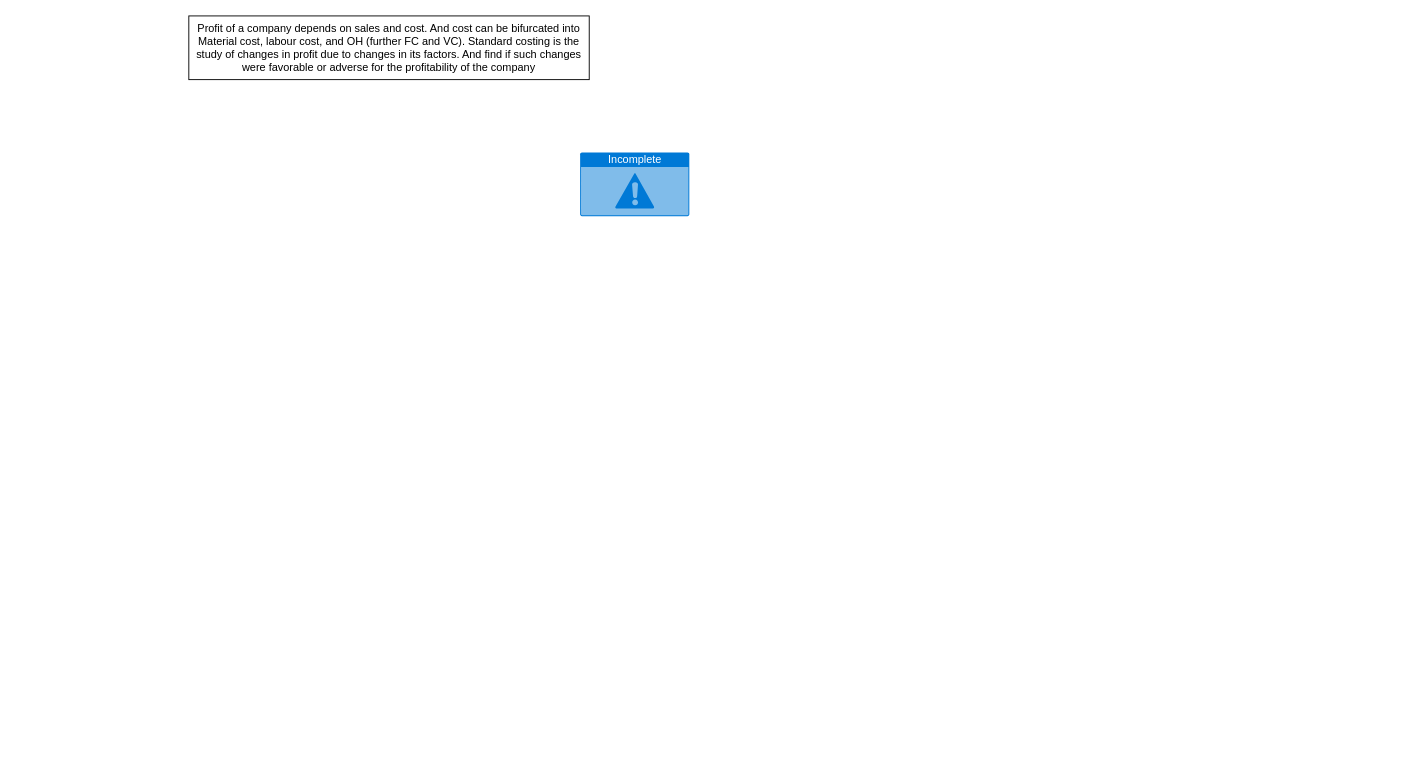
Before: C13: Standard Costing.drawio in ShamanthMurali/INT-Costing, a draw.io diagram. Source tidied: cells renumbered, new cells numbered last; positions are measured from the earlier drawing's top-left corner, leaving out a move shared by most shapes. Both pictures are drawn from the tidied source at 91%, with x=0, y=0 at pixel (188, 15).
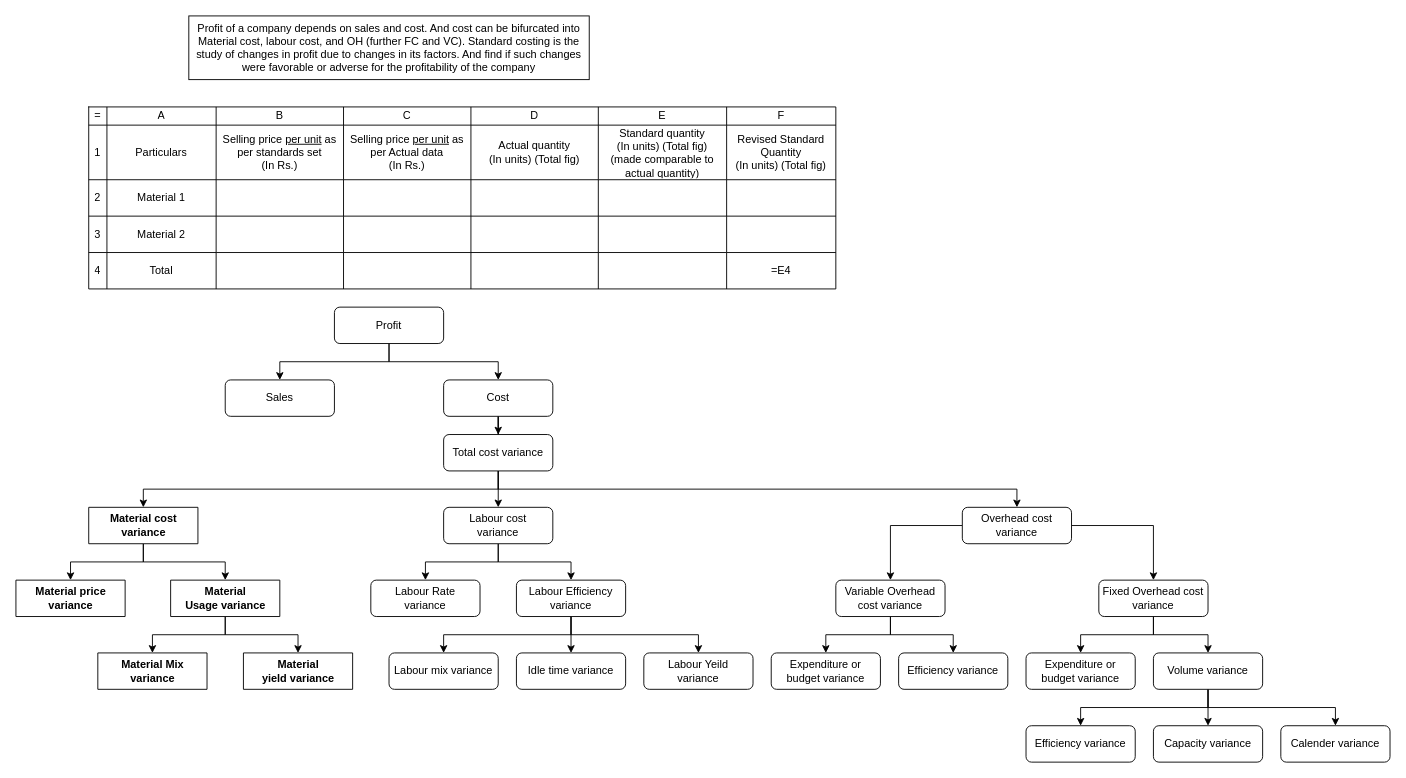
After the change.

What changed in the source:
```diff
@@
-    <mxCell id="2" value="Incomplete" style="html=1;strokeColor=none;fillColor=#0079D6;labelPosition=center;verticalLabelPosition=middle;verticalAlign=top;align=center;fontSize=12;spacingTop=-6;fontColor=#FFFFFF;shape=mxgraph.sitemap.warning;rounded=1;startSize=40;" parent="1" vertex="1">
-      <mxGeometry x="430" y="150" width="120" height="70" as="geometry" />
-    </mxCell>
@@
+    <mxCell id="4" style="shape=table;startSize=0;childLayout=tableLayout;" parent="1" vertex="1">
+      <mxGeometry x="-110" y="100" width="821" height="200" as="geometry" />
+    </mxCell>
+    <mxCell id="5" style="shape=partialRectangle;fillColor=none;top=0;left=0;bottom=0;right=0;" parent="4" vertex="1">
+      <mxGeometry width="821" height="20" as="geometry" />
+    </mxCell>
+    <mxCell id="6" value="=" style="shape=partialRectangle;html=1;whiteSpace=wrap;overflow=hidden;fillColor=none;top=0;left=0;bottom=0;right=0;" parent="5" vertex="1">
+      <mxGeometry width="20" height="20" as="geometry" />
+    </mxCell>
+    <mxCell id="7" value="A" style="shape=partialRectangle;html=1;whiteSpace=wrap;overflow=hidden;fillColor=none;top=0;left=0;bottom=0;right=0;" parent="5" vertex="1">
+      <mxGeometry x="20" width="120" height="20" as="geometry" />
+    </mxCell>
+    <mxCell id="8" value="B" style="shape=partialRectangle;html=1;whiteSpace=wrap;overflow=hidden;fillColor=none;top=0;left=0;bottom=0;right=0;" parent="5" vertex="1">
+      <mxGeometry x="140" width="140" height="20" as="geometry" />
+    </mxCell>
+    <mxCell id="9" value="C" style="shape=partialRectangle;html=1;whiteSpace=wrap;overflow=hidden;fillColor=none;top=0;left=0;bottom=0;right=0;" parent="5" vertex="1">
+      <mxGeometry x="280" width="140" height="20" as="geometry" />
+    </mxCell>
+    <mxCell id="10" value="D" style="shape=partialRectangle;html=1;whiteSpace=wrap;overflow=hidden;fillColor=none;top=0;left=0;bottom=0;right=0;" parent="5" vertex="1">
+      <mxGeometry x="420" width="140" height="20" as="geometry" />
+    </mxCell>
+    <mxCell id="11" value="E" style="shape=partialRectangle;html=1;whiteSpace=wrap;overflow=hidden;fillColor=none;top=0;left=0;bottom=0;right=0;" parent="5" vertex="1">
+      <mxGeometry x="560" width="141" height="20" as="geometry" />
+    </mxCell>
+    <mxCell id="12" value="F" style="shape=partialRectangle;html=1;whiteSpace=wrap;overflow=hidden;fillColor=none;top=0;left=0;bottom=0;right=0;" parent="5" vertex="1">
+      <mxGeometry x="701" width="120" height="20" as="geometry" />
+    </mxCell>
+    <mxCell id="13" style="shape=partialRectangle;fillColor=none;top=0;left=0;bottom=0;right=0;" parent="4" vertex="1">
+      <mxGeometry y="20" width="821" height="60" as="geometry" />
+    </mxCell>
+    <mxCell id="14" value="1" style="shape=partialRectangle;html=1;whiteSpace=wrap;overflow=hidden;fillColor=none;top=0;left=0;bottom=0;right=0;" parent="13" vertex="1">
+      <mxGeometry width="20" height="60" as="geometry" />
+    </mxCell>
+    <mxCell id="15" value="Particulars" style="shape=partialRectangle;html=1;whiteSpace=wrap;overflow=hidden;fillColor=none;top=0;left=0;bottom=0;right=0;" parent="13" vertex="1">
+      <mxGeometry x="20" width="120" height="60" as="geometry" />
+    </mxCell>
+    <mxCell id="16" value="&lt;div&gt;Selling price &lt;u&gt;per unit&lt;/u&gt; as per standards set&lt;/div&gt;(In Rs.)" style="shape=partialRectangle;html=1;whiteSpace=wrap;overflow=hidden;fillColor=none;top=0;left=0;bottom=0;right=0;" parent="13" vertex="1">
+      <mxGeometry x="140" width="140" height="60" as="geometry" />
+    </mxCell>
+    <mxCell id="17" value="&lt;div&gt;Selling price &lt;u&gt;per unit&lt;/u&gt; as per Actual data&lt;/div&gt;(In Rs.)" style="shape=partialRectangle;html=1;whiteSpace=wrap;overflow=hidden;fillColor=none;top=0;left=0;bottom=0;right=0;" parent="13" vertex="1">
+      <mxGeometry x="280" width="140" height="60" as="geometry" />
+    </mxCell>
+    <mxCell id="18" value="&lt;div&gt;Actual quantity &lt;br&gt;&lt;/div&gt;&lt;div&gt;(In units) (Total fig)&lt;br&gt;&lt;/div&gt;" style="shape=partialRectangle;html=1;whiteSpace=wrap;overflow=hidden;fillColor=none;top=0;left=0;bottom=0;right=0;" parent="13" vertex="1">
+      <mxGeometry x="420" width="140" height="60" as="geometry" />
+    </mxCell>
+    <mxCell id="19" value="&lt;div&gt;Standard quantity &lt;br&gt;&lt;/div&gt;&lt;div&gt;(In units) (Total fig)&lt;/div&gt;&lt;div&gt;(made comparable to actual quantity)&lt;br&gt;&lt;/div&gt;" style="shape=partialRectangle;html=1;whiteSpace=wrap;overflow=hidden;fillColor=none;top=0;left=0;bottom=0;right=0;" parent="13" vertex="1">
+      <mxGeometry x="560" width="141" height="60" as="geometry" />
+    </mxCell>
+    <mxCell id="20" value="&lt;div&gt;Revised Standard Quantity&lt;/div&gt;&lt;div&gt;(In units) (Total fig)&lt;/div&gt;" style="shape=partialRectangle;html=1;whiteSpace=wrap;overflow=hidden;fillColor=none;top=0;left=0;bottom=0;right=0;" parent="13" vertex="1">
+      <mxGeometry x="701" width="120" height="60" as="geometry" />
+    </mxCell>
+    <mxCell id="21" style="shape=partialRectangle;fillColor=none;top=0;left=0;bottom=0;right=0;" parent="4" vertex="1">
+      <mxGeometry y="80" width="821" height="40" as="geometry" />
+    </mxCell>
+    <mxCell id="22" value="2" style="shape=partialRectangle;html=1;whiteSpace=wrap;overflow=hidden;fillColor=none;top=0;left=0;bottom=0;right=0;" parent="21" vertex="1">
+      <mxGeometry width="20" height="40" as="geometry" />
+    </mxCell>
+    <mxCell id="23" value="Material 1" style="shape=partialRectangle;html=1;whiteSpace=wrap;overflow=hidden;fillColor=none;top=0;left=0;bottom=0;right=0;" parent="21" vertex="1">
+      <mxGeometry x="20" width="120" height="40" as="geometry" />
+    </mxCell>
+    <mxCell id="24" style="shape=partialRectangle;html=1;whiteSpace=wrap;overflow=hidden;fillColor=none;top=0;left=0;bottom=0;right=0;" parent="21" vertex="1">
+      <mxGeometry x="140" width="140" height="40" as="geometry" />
+    </mxCell>
+    <mxCell id="25" style="shape=partialRectangle;html=1;whiteSpace=wrap;overflow=hidden;fillColor=none;top=0;left=0;bottom=0;right=0;" parent="21" vertex="1">
+      <mxGeometry x="280" width="140" height="40" as="geometry" />
+    </mxCell>
+    <mxCell id="26" style="shape=partialRectangle;html=1;whiteSpace=wrap;overflow=hidden;fillColor=none;top=0;left=0;bottom=0;right=0;" parent="21" vertex="1">
+      <mxGeometry x="420" width="140" height="40" as="geometry" />
+    </mxCell>
+    <mxCell id="27" style="shape=partialRectangle;html=1;whiteSpace=wrap;overflow=hidden;fillColor=none;top=0;left=0;bottom=0;right=0;" parent="21" vertex="1">
+      <mxGeometry x="560" width="141" height="40" as="geometry" />
+    </mxCell>
+    <mxCell id="28" style="shape=partialRectangle;html=1;whiteSpace=wrap;overflow=hidden;fillColor=none;top=0;left=0;bottom=0;right=0;" parent="21" vertex="1">
+      <mxGeometry x="701" width="120" height="40" as="geometry" />
+    </mxCell>
+    <mxCell id="29" style="shape=partialRectangle;fillColor=none;top=0;left=0;bottom=0;right=0;" parent="4" vertex="1">
+      <mxGeometry y="120" width="821" height="40" as="geometry" />
+    </mxCell>
+    <mxCell id="30" value="3" style="shape=partialRectangle;html=1;whiteSpace=wrap;overflow=hidden;fillColor=none;top=0;left=0;bottom=0;right=0;" parent="29" vertex="1">
+      <mxGeometry width="20" height="40" as="geometry" />
+    </mxCell>
+    <mxCell id="31" value="Material 2" style="shape=partialRectangle;html=1;whiteSpace=wrap;overflow=hidden;fillColor=none;top=0;left=0;bottom=0;right=0;" parent="29" vertex="1">
+      <mxGeometry x="20" width="120" height="40" as="geometry" />
+    </mxCell>
+    <mxCell id="32" style="shape=partialRectangle;html=1;whiteSpace=wrap;overflow=hidden;fillColor=none;top=0;left=0;bottom=0;right=0;" parent="29" vertex="1">
+      <mxGeometry x="140" width="140" height="40" as="geometry" />
+    </mxCell>
+    <mxCell id="33" style="shape=partialRectangle;html=1;whiteSpace=wrap;overflow=hidden;fillColor=none;top=0;left=0;bottom=0;right=0;" parent="29" vertex="1">
+      <mxGeometry x="280" width="140" height="40" as="geometry" />
+    </mxCell>
+    <mxCell id="34" style="shape=partialRectangle;html=1;whiteSpace=wrap;overflow=hidden;fillColor=none;top=0;left=0;bottom=0;right=0;" parent="29" vertex="1">
+      <mxGeometry x="420" width="140" height="40" as="geometry" />
+    </mxCell>
+    <mxCell id="35" style="shape=partialRectangle;html=1;whiteSpace=wrap;overflow=hidden;fillColor=none;top=0;left=0;bottom=0;right=0;" parent="29" vertex="1">
+      <mxGeometry x="560" width="141" height="40" as="geometry" />
+    </mxCell>
+    <mxCell id="36" style="shape=partialRectangle;html=1;whiteSpace=wrap;overflow=hidden;fillColor=none;top=0;left=0;bottom=0;right=0;" parent="29" vertex="1">
+      <mxGeometry x="701" width="120" height="40" as="geometry" />
+    </mxCell>
+    <mxCell id="37" style="shape=partialRectangle;fillColor=none;top=0;left=0;bottom=0;right=0;" parent="4" vertex="1">
+      <mxGeometry y="160" width="821" height="40" as="geometry" />
+    </mxCell>
+    <mxCell id="38" value="4" style="shape=partialRectangle;html=1;whiteSpace=wrap;overflow=hidden;fillColor=none;top=0;left=0;bottom=0;right=0;" parent="37" vertex="1">
+      <mxGeometry width="20" height="40" as="geometry" />
+    </mxCell>
+    <mxCell id="39" value="Total" style="shape=partialRectangle;html=1;whiteSpace=wrap;overflow=hidden;fillColor=none;top=0;left=0;bottom=0;right=0;" parent="37" vertex="1">
+      <mxGeometry x="20" width="120" height="40" as="geometry" />
+    </mxCell>
+    <mxCell id="40" style="shape=partialRectangle;html=1;whiteSpace=wrap;overflow=hidden;fillColor=none;top=0;left=0;bottom=0;right=0;" parent="37" vertex="1">
+      <mxGeometry x="140" width="140" height="40" as="geometry" />
+    </mxCell>
+    <mxCell id="41" style="shape=partialRectangle;html=1;whiteSpace=wrap;overflow=hidden;fillColor=none;top=0;left=0;bottom=0;right=0;" parent="37" vertex="1">
+      <mxGeometry x="280" width="140" height="40" as="geometry" />
+    </mxCell>
+    <mxCell id="42" style="shape=partialRectangle;html=1;whiteSpace=wrap;overflow=hidden;fillColor=none;top=0;left=0;bottom=0;right=0;" parent="37" vertex="1">
+      <mxGeometry x="420" width="140" height="40" as="geometry" />
+    </mxCell>
+    <mxCell id="43" style="shape=partialRectangle;html=1;whiteSpace=wrap;overflow=hidden;fillColor=none;top=0;left=0;bottom=0;right=0;" parent="37" vertex="1">
+      <mxGeometry x="560" width="141" height="40" as="geometry" />
+    </mxCell>
+    <mxCell id="44" value="=E4" style="shape=partialRectangle;html=1;whiteSpace=wrap;overflow=hidden;fillColor=none;top=0;left=0;bottom=0;right=0;" parent="37" vertex="1">
+      <mxGeometry x="701" width="120" height="40" as="geometry" />
+    </mxCell>
+    <mxCell id="45" style="edgeStyle=orthogonalEdgeStyle;rounded=0;jettySize=auto;html=1;" parent="1" edge="1" source="47" target="48">
+      <mxGeometry relative="1" as="geometry" />
+    </mxCell>
+    <mxCell id="46" style="edgeStyle=orthogonalEdgeStyle;rounded=0;jettySize=auto;html=1;" parent="1" edge="1" source="47" target="50">
+      <mxGeometry relative="1" as="geometry" />
+    </mxCell>
+    <mxCell id="47" value="Profit" style="rounded=1;whiteSpace=wrap;html=1;" parent="1" vertex="1">
+      <mxGeometry x="160" y="320" width="120" height="40" as="geometry" />
+    </mxCell>
+    <mxCell id="48" value="Sales" style="rounded=1;whiteSpace=wrap;html=1;" parent="1" vertex="1">
+      <mxGeometry x="40" y="400" width="120" height="40" as="geometry" />
+    </mxCell>
+    <mxCell id="49" style="edgeStyle=orthogonalEdgeStyle;rounded=0;jettySize=auto;html=1;" parent="1" edge="1" source="50" target="54">
+      <mxGeometry relative="1" as="geometry" />
+    </mxCell>
+    <mxCell id="50" value="Cost" style="rounded=1;whiteSpace=wrap;html=1;" parent="1" vertex="1">
+      <mxGeometry x="280" y="400" width="120" height="40" as="geometry" />
+    </mxCell>
+    <mxCell id="51" style="edgeStyle=orthogonalEdgeStyle;rounded=0;jettySize=auto;html=1;" parent="1" edge="1" source="54" target="60">
+      <mxGeometry relative="1" as="geometry" />
+    </mxCell>
+    <mxCell id="52" style="edgeStyle=orthogonalEdgeStyle;rounded=0;jettySize=auto;html=1;" parent="1" edge="1" source="54" target="93">
+      <mxGeometry relative="1" as="geometry">
+        <Array as="points">
+          <mxPoint x="340" y="520" />
+          <mxPoint x="-50" y="520" />
+        </Array>
+      </mxGeometry>
+    </mxCell>
+    <mxCell id="53" style="edgeStyle=orthogonalEdgeStyle;rounded=0;jettySize=auto;html=1;" parent="1" edge="1" source="54" target="57">
+      <mxGeometry relative="1" as="geometry">
+        <Array as="points">
+          <mxPoint x="340" y="520" />
+          <mxPoint x="910" y="520" />
+        </Array>
+      </mxGeometry>
+    </mxCell>
+    <mxCell id="54" value="Total cost variance" style="rounded=1;whiteSpace=wrap;html=1;" parent="1" vertex="1">
+      <mxGeometry x="280" y="460" width="120" height="40" as="geometry" />
+    </mxCell>
+    <mxCell id="55" style="edgeStyle=orthogonalEdgeStyle;rounded=0;jettySize=auto;html=1;" parent="1" edge="1" source="57" target="71">
+      <mxGeometry relative="1" as="geometry" />
+    </mxCell>
+    <mxCell id="56" style="edgeStyle=orthogonalEdgeStyle;rounded=0;jettySize=auto;html=1;" parent="1" edge="1" source="57" target="74">
+      <mxGeometry relative="1" as="geometry" />
+    </mxCell>
+    <mxCell id="57" value="Overhead cost variance" style="rounded=1;whiteSpace=wrap;html=1;" parent="1" vertex="1">
+      <mxGeometry x="850" y="540" width="120" height="40" as="geometry" />
+    </mxCell>
+    <mxCell id="58" style="edgeStyle=orthogonalEdgeStyle;rounded=0;jettySize=auto;html=1;" parent="1" edge="1" source="60" target="65">
+      <mxGeometry relative="1" as="geometry" />
+    </mxCell>
+    <mxCell id="59" style="edgeStyle=orthogonalEdgeStyle;rounded=0;jettySize=auto;html=1;" parent="1" edge="1" source="60" target="64">
+      <mxGeometry relative="1" as="geometry" />
+    </mxCell>
+    <mxCell id="60" value="&lt;div&gt;Labour cost &lt;br&gt;&lt;/div&gt;&lt;div&gt;variance&lt;/div&gt;" style="rounded=1;whiteSpace=wrap;html=1;" parent="1" vertex="1">
+      <mxGeometry x="280" y="540" width="120" height="40" as="geometry" />
+    </mxCell>
+    <mxCell id="61" style="edgeStyle=orthogonalEdgeStyle;rounded=0;jettySize=auto;html=1;entryX=0.5;entryY=0;entryDx=0;entryDy=0;" parent="1" edge="1" source="64" target="67">
+      <mxGeometry relative="1" as="geometry" />
+    </mxCell>
+    <mxCell id="62" style="edgeStyle=orthogonalEdgeStyle;rounded=0;jettySize=auto;html=1;" parent="1" edge="1" source="64" target="68">
+      <mxGeometry relative="1" as="geometry">
+        <Array as="points">
+          <mxPoint x="420" y="680" />
+          <mxPoint x="280" y="680" />
+        </Array>
+      </mxGeometry>
+    </mxCell>
+    <mxCell id="63" style="edgeStyle=orthogonalEdgeStyle;rounded=0;jettySize=auto;html=1;" parent="1" edge="1" source="64" target="66">
+      <mxGeometry relative="1" as="geometry">
+        <Array as="points">
+          <mxPoint x="420" y="680" />
+          <mxPoint x="560" y="680" />
+        </Array>
+      </mxGeometry>
+    </mxCell>
+    <mxCell id="64" value="&lt;div&gt;Labour Efficiency&lt;br&gt;&lt;/div&gt;&lt;div&gt;variance&lt;/div&gt;" style="rounded=1;whiteSpace=wrap;html=1;" parent="1" vertex="1">
+      <mxGeometry x="360" y="620" width="120" height="40" as="geometry" />
+    </mxCell>
+    <mxCell id="65" value="&lt;div&gt;Labour Rate&lt;br&gt;&lt;/div&gt;&lt;div&gt;variance&lt;/div&gt;" style="rounded=1;whiteSpace=wrap;html=1;" parent="1" vertex="1">
+      <mxGeometry x="200" y="620" width="120" height="40" as="geometry" />
+    </mxCell>
+    <mxCell id="66" value="&lt;div&gt;Labour Yeild&lt;br&gt;&lt;/div&gt;&lt;div&gt;variance&lt;/div&gt;" style="rounded=1;whiteSpace=wrap;html=1;" parent="1" vertex="1">
+      <mxGeometry x="500" y="700" width="120" height="40" as="geometry" />
+    </mxCell>
+    <mxCell id="67" value="Idle time variance " style="rounded=1;whiteSpace=wrap;html=1;" parent="1" vertex="1">
+      <mxGeometry x="360" y="700" width="120" height="40" as="geometry" />
+    </mxCell>
+    <mxCell id="68" value="Labour mix variance" style="rounded=1;whiteSpace=wrap;html=1;" parent="1" vertex="1">
+      <mxGeometry x="220" y="700" width="120" height="40" as="geometry" />
+    </mxCell>
+    <mxCell id="69" style="edgeStyle=orthogonalEdgeStyle;rounded=0;jettySize=auto;html=1;" parent="1" edge="1" source="71" target="76">
+      <mxGeometry relative="1" as="geometry" />
+    </mxCell>
+    <mxCell id="70" style="edgeStyle=orthogonalEdgeStyle;rounded=0;jettySize=auto;html=1;" parent="1" edge="1" source="71" target="75">
+      <mxGeometry relative="1" as="geometry" />
+    </mxCell>
+    <mxCell id="71" value="Variable Overhead cost variance " style="rounded=1;whiteSpace=wrap;html=1;" parent="1" vertex="1">
+      <mxGeometry x="711" y="620" width="120" height="40" as="geometry" />
+    </mxCell>
+    <mxCell id="72" style="edgeStyle=orthogonalEdgeStyle;rounded=0;jettySize=auto;html=1;" parent="1" edge="1" source="74" target="77">
+      <mxGeometry relative="1" as="geometry" />
+    </mxCell>
+    <mxCell id="73" style="edgeStyle=orthogonalEdgeStyle;rounded=0;jettySize=auto;html=1;" parent="1" edge="1" source="74" target="81">
+      <mxGeometry relative="1" as="geometry" />
+    </mxCell>
+    <mxCell id="74" value="Fixed Overhead cost variance " style="rounded=1;whiteSpace=wrap;html=1;" parent="1" vertex="1">
+      <mxGeometry x="1000" y="620" width="120" height="40" as="geometry" />
+    </mxCell>
+    <mxCell id="75" value="Efficiency variance " style="rounded=1;whiteSpace=wrap;html=1;" parent="1" vertex="1">
+      <mxGeometry x="780" y="700" width="120" height="40" as="geometry" />
+    </mxCell>
+    <mxCell id="76" value="&lt;div&gt;Expenditure or &lt;br&gt;&lt;/div&gt;&lt;div&gt;budget variance&lt;/div&gt;" style="rounded=1;whiteSpace=wrap;html=1;" parent="1" vertex="1">
+      <mxGeometry x="640" y="700" width="120" height="40" as="geometry" />
+    </mxCell>
+    <mxCell id="77" value="&lt;div&gt;Expenditure or &lt;br&gt;&lt;/div&gt;&lt;div&gt;budget variance&lt;/div&gt;" style="rounded=1;whiteSpace=wrap;html=1;" parent="1" vertex="1">
+      <mxGeometry x="920" y="700" width="120" height="40" as="geometry" />
+    </mxCell>
+    <mxCell id="78" style="edgeStyle=orthogonalEdgeStyle;rounded=0;jettySize=auto;html=1;" parent="1" edge="1" source="81" target="83">
+      <mxGeometry relative="1" as="geometry" />
+    </mxCell>
+    <mxCell id="79" style="edgeStyle=orthogonalEdgeStyle;rounded=0;jettySize=auto;html=1;" parent="1" edge="1" source="81" target="82">
+      <mxGeometry relative="1" as="geometry">
+        <Array as="points">
+          <mxPoint x="1120" y="760" />
+          <mxPoint x="980" y="760" />
+        </Array>
+      </mxGeometry>
+    </mxCell>
+    <mxCell id="80" style="edgeStyle=orthogonalEdgeStyle;rounded=0;jettySize=auto;html=1;" parent="1" edge="1" source="81" target="84">
+      <mxGeometry relative="1" as="geometry">
+        <Array as="points">
+          <mxPoint x="1120" y="760" />
+          <mxPoint x="1260" y="760" />
+        </Array>
+      </mxGeometry>
+    </mxCell>
+    <mxCell id="81" value="Volume variance " style="rounded=1;whiteSpace=wrap;html=1;" parent="1" vertex="1">
+      <mxGeometry x="1060" y="700" width="120" height="40" as="geometry" />
+    </mxCell>
+    <mxCell id="82" value="Efficiency variance " style="rounded=1;whiteSpace=wrap;html=1;" parent="1" vertex="1">
+      <mxGeometry x="920" y="780" width="120" height="40" as="geometry" />
+    </mxCell>
+    <mxCell id="83" value="Capacity variance " style="rounded=1;whiteSpace=wrap;html=1;" parent="1" vertex="1">
+      <mxGeometry x="1060" y="780" width="120" height="40" as="geometry" />
+    </mxCell>
+    <mxCell id="84" value="Calender variance " style="rounded=1;whiteSpace=wrap;html=1;" parent="1" vertex="1">
+      <mxGeometry x="1200" y="780" width="120" height="40" as="geometry" />
+    </mxCell>
+    <mxCell id="85" style="edgeStyle=orthogonalEdgeStyle;rounded=0;jettySize=auto;html=1;" parent="1" edge="1" source="89" target="88">
+      <mxGeometry relative="1" as="geometry" />
+    </mxCell>
+    <mxCell id="86" style="edgeStyle=orthogonalEdgeStyle;rounded=0;jettySize=auto;html=1;" parent="1" edge="1" source="89" target="87">
+      <mxGeometry relative="1" as="geometry" />
+    </mxCell>
+    <mxCell id="87" value="&lt;div&gt;Material &lt;br&gt;&lt;/div&gt;&lt;div&gt;yield variance&lt;/div&gt;" style="swimlane;startSize=40;fontFamily=Helvetica;fontSize=12;fontColor=#000000;align=center;strokeColor=#000000;fillColor=#ffffff;html=1;" parent="1" vertex="1" collapsed="1">
+      <mxGeometry x="60" y="700" width="120" height="40" as="geometry" />
+    </mxCell>
+    <mxCell id="88" value="&lt;div&gt;Material Mix&lt;/div&gt;&lt;div&gt; variance&lt;/div&gt;" style="swimlane;startSize=40;fontFamily=Helvetica;fontSize=12;fontColor=#000000;align=center;strokeColor=#000000;fillColor=#ffffff;html=1;" parent="1" vertex="1" collapsed="1">
+      <mxGeometry x="-100" y="700" width="120" height="40" as="geometry" />
+    </mxCell>
+    <mxCell id="89" value="&lt;div&gt;Material &lt;br&gt;&lt;/div&gt;&lt;div&gt;Usage variance&lt;/div&gt;" style="swimlane;startSize=40;fontFamily=Helvetica;fontSize=12;fontColor=#000000;align=center;strokeColor=#000000;fillColor=#ffffff;html=1;" parent="1" vertex="1" collapsed="1">
+      <mxGeometry x="-20" y="620" width="120" height="40" as="geometry" />
+    </mxCell>
+    <mxCell id="90" value="&lt;div&gt;Material price&lt;/div&gt;&lt;div&gt;variance&lt;/div&gt;" style="swimlane;startSize=40;fontFamily=Helvetica;fontSize=12;fontColor=#000000;align=center;strokeColor=#000000;fillColor=#ffffff;html=1;" parent="1" vertex="1" collapsed="1">
+      <mxGeometry x="-190" y="620" width="120" height="40" as="geometry" />
+    </mxCell>
+    <mxCell id="91" style="edgeStyle=orthogonalEdgeStyle;rounded=0;jettySize=auto;html=1;" parent="1" edge="1" source="93" target="90">
+      <mxGeometry relative="1" as="geometry" />
+    </mxCell>
+    <mxCell id="92" style="edgeStyle=orthogonalEdgeStyle;rounded=0;jettySize=auto;html=1;" parent="1" edge="1" source="93" target="89">
+      <mxGeometry relative="1" as="geometry" />
+    </mxCell>
+    <mxCell id="93" value="Material cost&lt;br&gt;variance" style="swimlane;startSize=40;fontFamily=Helvetica;fontSize=12;fontColor=#000000;align=center;strokeColor=#000000;fillColor=#ffffff;html=1;" parent="1" vertex="1" collapsed="1">
+      <mxGeometry x="-110" y="540" width="120" height="40" as="geometry" />
+    </mxCell>
```
